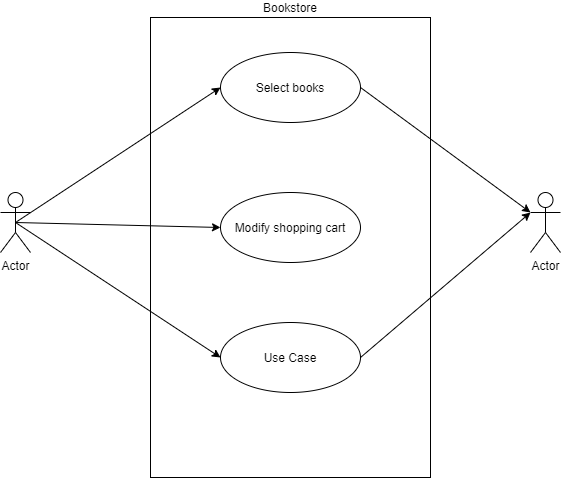
Before: diagram/BookstoreUsecase.png, a diagram exported from draw.io (Chuckboliver/Software-Architecture-and-Design). Source tidied: cells renumbered, new cells last; positions are measured from the earlier drawing's top-left corner, leaving out a move shared by most shapes.
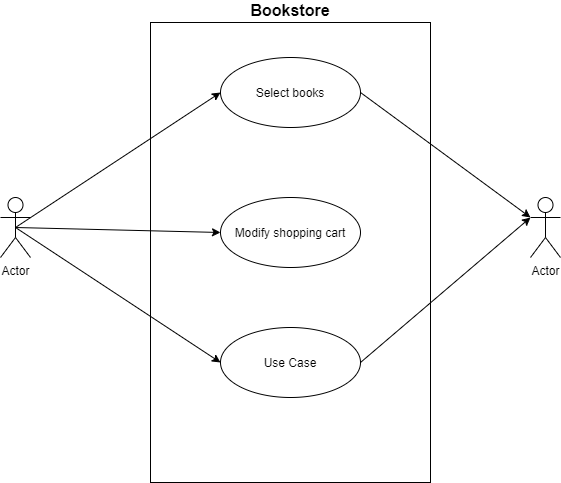
Later version of the same file.

Diff of the diagram source:
```diff
@@ -2,7 +2,7 @@
   <root>
     <mxCell id="0" />
     <mxCell id="1" parent="0" />
-    <mxCell id="2" value="Bookstore" style="rounded=0;whiteSpace=wrap;html=1;labelPosition=center;verticalLabelPosition=top;align=center;verticalAlign=bottom;" parent="1" vertex="1">
+    <mxCell id="2" value="&lt;b&gt;&lt;font style=&quot;font-size: 16px&quot;&gt;Bookstore&lt;/font&gt;&lt;/b&gt;" style="rounded=0;whiteSpace=wrap;html=1;labelPosition=center;verticalLabelPosition=top;align=center;verticalAlign=bottom;" parent="1" vertex="1">
       <mxGeometry x="150" width="280" height="460" as="geometry" />
     </mxCell>
     <mxCell id="3" style="rounded=0;jettySize=auto;html=1;exitX=0.5;exitY=0.5;exitDx=0;exitDy=0;exitPerimeter=0;entryX=0;entryY=0.5;entryDx=0;entryDy=0;" parent="1" edge="1" source="6" target="8">
```
